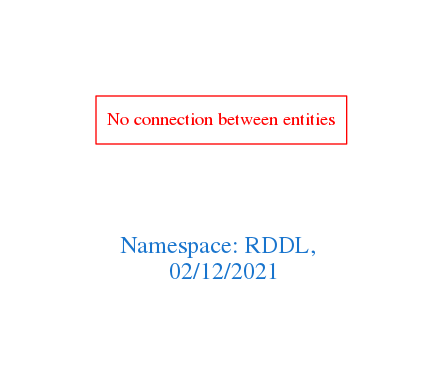
Before: downloads/RDDL.png, a diagram exported from Graphviz (arago/OGIT). Its source is kept beside it as downloads/RDDL.dot.
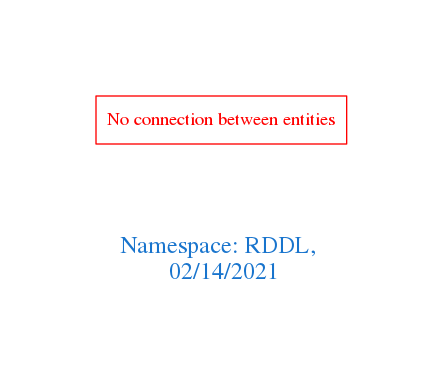
The same diagram one commit later.

The edit, as a diff of the source:
```diff
@@ -1,7 +1,7 @@
 digraph OGIT_ontology {
  graph [ rankdir= LR,pad=1
 fontsize = 18,
-fontcolor= dodgerblue3,label = "\n\n\nNamespace: RDDL, \n 02/12/2021"];
+fontcolor= dodgerblue3,label = "\n\n\nNamespace: RDDL, \n 02/14/2021"];
 node[shape=polygon];
 edge [  color="gray81"];
 
```
